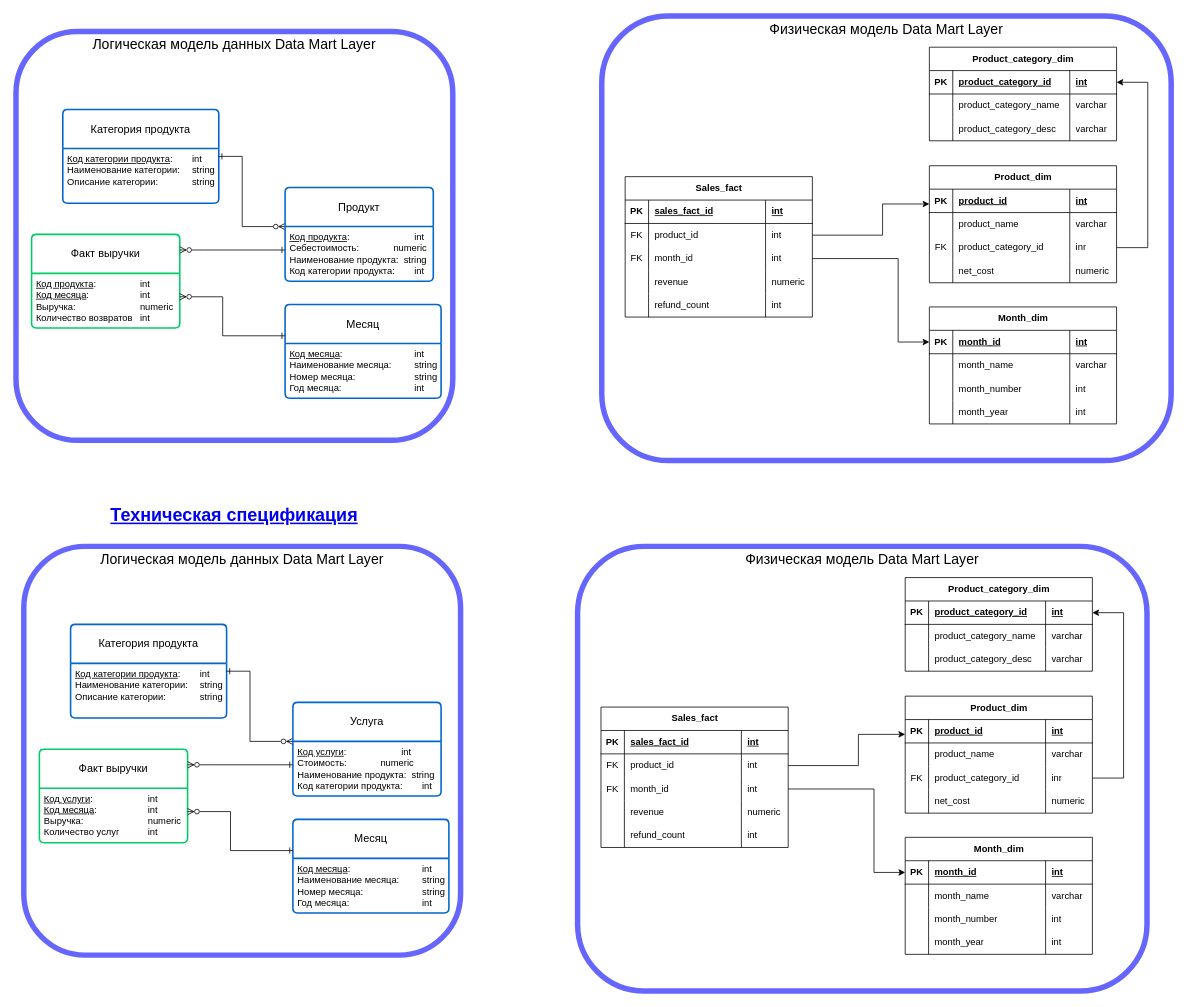
nik-gorby/PWH-18 keeps this draw.io diagram as page "DML" (2 of 3) of PWH-18_diplom.drawio. Above is the earlier version. Source tidied: cells renumbered, new cells numbered last; positions are measured from the earlier drawing's top-left corner, leaving out a move shared by most shapes. Both pictures are drawn from the tidied source at 78%, with x=0, y=0 at pixel (16, 16).
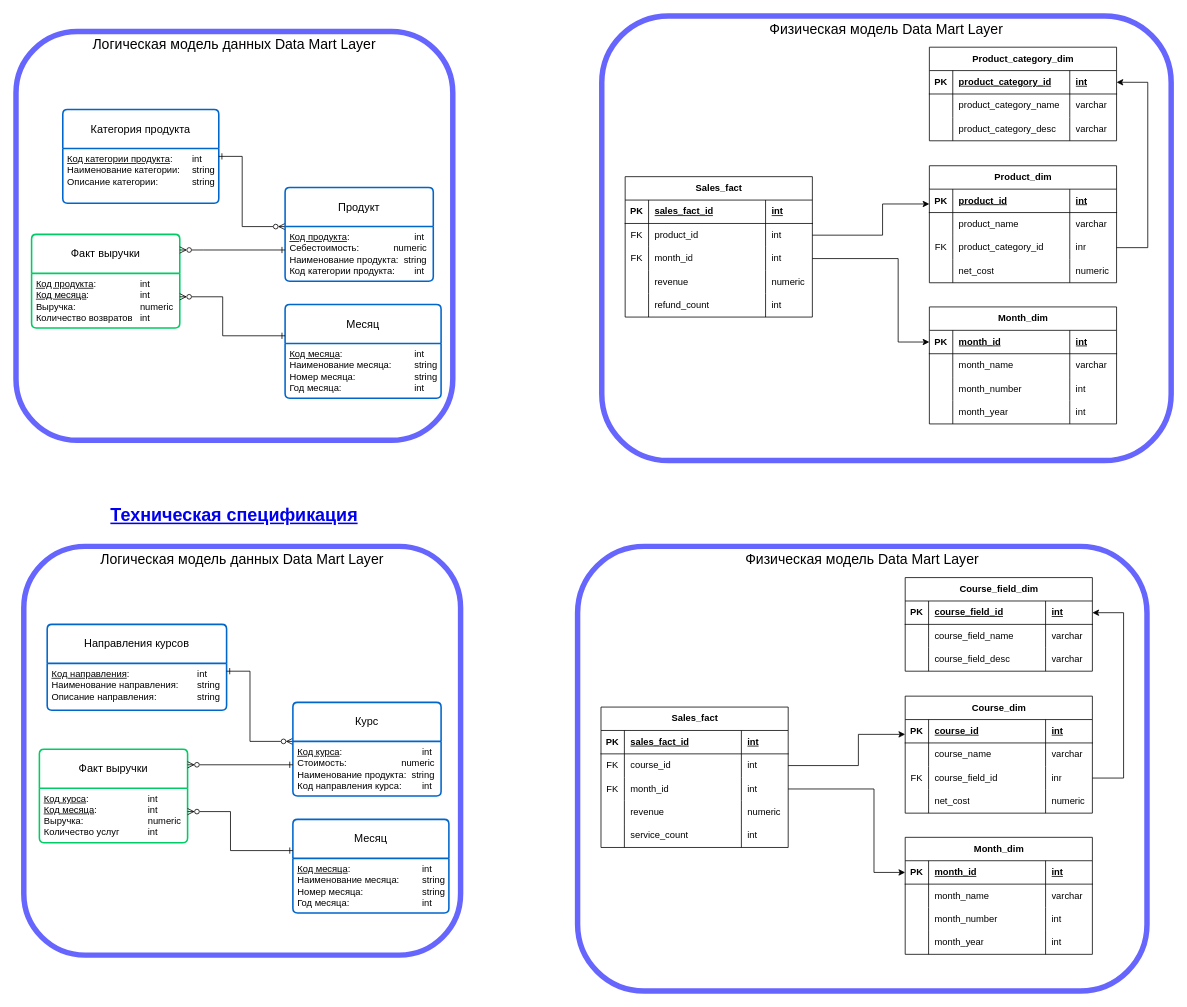
The same page after the edit.

Unchanged cells that the change refers to:
```xml
<mxCell id="90" value="Факт выручки" style="swimlane;horizontal=1;startSize=50;rounded=1;fontSize=14;fontStyle=0;strokeWidth=2;shadow=0;dashed=0;align=center;arcSize=4;whiteSpace=wrap;html=1;strokeColor=#00CC66;" parent="1" vertex="1">
  <mxGeometry x="30" y="940" width="190" height="120" as="geometry" />
</mxCell>
<mxCell id="103" style="shape=tableRow;horizontal=0;startSize=0;swimlaneHead=0;swimlaneBody=0;fillColor=none;points=[[0,0.5],[1,0.5]];portConstraint=eastwest;top=0;left=0;right=0;bottom=1;" parent="102" vertex="1">
  <mxGeometry y="30" width="240" height="30" as="geometry" />
</mxCell>
<mxCell id="107" style="shape=tableRow;horizontal=0;startSize=0;swimlaneHead=0;swimlaneBody=0;fillColor=none;top=0;left=0;right=0;bottom=0;" parent="102" vertex="1">
  <mxGeometry y="60" width="240" height="30" as="geometry" />
</mxCell>
<mxCell id="111" style="shape=tableRow;horizontal=0;startSize=0;swimlaneHead=0;swimlaneBody=0;fillColor=none;top=0;left=0;right=0;bottom=0;" parent="102" vertex="1">
  <mxGeometry y="90" width="240" height="30" as="geometry" />
</mxCell>
<mxCell id="116" style="shape=tableRow;horizontal=0;startSize=0;swimlaneHead=0;swimlaneBody=0;fillColor=none;points=[[0,0.5],[1,0.5]];portConstraint=eastwest;top=0;left=0;right=0;bottom=1;" parent="115" vertex="1">
  <mxGeometry y="30" width="240" height="30" as="geometry" />
</mxCell>
<mxCell id="120" style="shape=tableRow;horizontal=0;startSize=0;swimlaneHead=0;swimlaneBody=0;fillColor=none;top=0;left=0;right=0;bottom=0;" parent="115" vertex="1">
  <mxGeometry y="60" width="240" height="30" as="geometry" />
</mxCell>
<mxCell id="124" style="shape=tableRow;horizontal=0;startSize=0;swimlaneHead=0;swimlaneBody=0;fillColor=none;points=[[0,0.5],[1,0.5]];portConstraint=eastwest;top=0;left=0;right=0;bottom=0;" parent="115" vertex="1">
  <mxGeometry y="90" width="240" height="30" as="geometry" />
</mxCell>
<mxCell id="154" style="shape=tableRow;horizontal=0;startSize=0;swimlaneHead=0;swimlaneBody=0;fillColor=none;points=[[0,0.5],[1,0.5]];portConstraint=eastwest;top=0;left=0;right=0;bottom=0;" parent="149" vertex="1">
  <mxGeometry y="60" width="240" height="30" as="geometry" />
</mxCell>
<mxCell id="166" style="shape=tableRow;horizontal=0;startSize=0;swimlaneHead=0;swimlaneBody=0;fillColor=none;top=0;left=0;right=0;bottom=0;" parent="149" vertex="1">
  <mxGeometry y="150" width="240" height="30" as="geometry" />
</mxCell>
```

The edit, as a diff of the source:
```diff
@@
-    <mxCell id="91" value="&lt;u&gt;Код услуги&lt;/u&gt;:&lt;span style=&quot;white-space: pre;&quot;&gt;&#9;&lt;span style=&quot;white-space: pre;&quot;&gt;&#9;&lt;/span&gt;&lt;span style=&quot;white-space: pre;&quot;&gt;&#9;&lt;/span&gt;&lt;/span&gt;int&lt;div&gt;&lt;u&gt;Код месяца&lt;/u&gt;: &lt;span style=&quot;white-space: pre;&quot;&gt;&#9;&lt;/span&gt;&lt;span style=&quot;white-space: pre;&quot;&gt;&#9;&lt;/span&gt;&lt;span style=&quot;white-space: pre;&quot;&gt;&#9;&lt;/span&gt;int&lt;/div&gt;&lt;div&gt;Выручка: &lt;span style=&quot;white-space: pre;&quot;&gt;&#9;&lt;/span&gt;&lt;span style=&quot;white-space: pre;&quot;&gt;&#9;&lt;span style=&quot;white-space: pre;&quot;&gt;&#9;&lt;/span&gt;&lt;/span&gt;numeric&lt;/div&gt;&lt;div&gt;Количество&lt;span style=&quot;background-color: transparent; color: light-dark(rgb(0, 0, 0), rgb(255, 255, 255));&quot;&gt;&amp;nbsp;услуг&lt;span style=&quot;white-space: pre;&quot;&gt;&#9;&lt;/span&gt;&amp;nbsp;&lt;span style=&quot;white-space: pre;&quot;&gt;&#9;&lt;/span&gt;int&lt;/span&gt;&lt;/div&gt;" style="align=left;strokeColor=none;fillColor=none;spacingLeft=4;spacingRight=4;fontSize=12;verticalAlign=top;html=1;whiteSpace=wrap;" parent="90" vertex="1">
+    <mxCell id="91" value="&lt;u&gt;Код курса&lt;/u&gt;:&lt;span style=&quot;white-space: pre;&quot;&gt;&#9;&lt;span style=&quot;white-space: pre;&quot;&gt;&#9;&lt;/span&gt;&lt;span style=&quot;white-space: pre;&quot;&gt;&#9;&lt;/span&gt;&lt;/span&gt;int&lt;div&gt;&lt;u&gt;Код месяца&lt;/u&gt;: &lt;span style=&quot;white-space: pre;&quot;&gt;&#9;&lt;/span&gt;&lt;span style=&quot;white-space: pre;&quot;&gt;&#9;&lt;/span&gt;&lt;span style=&quot;white-space: pre;&quot;&gt;&#9;&lt;/span&gt;int&lt;/div&gt;&lt;div&gt;Выручка: &lt;span style=&quot;white-space: pre;&quot;&gt;&#9;&lt;/span&gt;&lt;span style=&quot;white-space: pre;&quot;&gt;&#9;&lt;span style=&quot;white-space: pre;&quot;&gt;&#9;&lt;/span&gt;&lt;/span&gt;numeric&lt;/div&gt;&lt;div&gt;Количество&lt;span style=&quot;background-color: transparent; color: light-dark(rgb(0, 0, 0), rgb(255, 255, 255));&quot;&gt;&amp;nbsp;услуг&lt;span style=&quot;white-space: pre;&quot;&gt;&#9;&lt;/span&gt;&amp;nbsp;&lt;span style=&quot;white-space: pre;&quot;&gt;&#9;&lt;/span&gt;int&lt;/span&gt;&lt;/div&gt;" style="align=left;strokeColor=none;fillColor=none;spacingLeft=4;spacingRight=4;fontSize=12;verticalAlign=top;html=1;whiteSpace=wrap;" parent="90" vertex="1">
       <mxGeometry y="50" width="190" height="70" as="geometry" />
     </mxCell>
-    <mxCell id="92" value="Категория продукта" style="swimlane;horizontal=1;startSize=50;rounded=1;fontSize=14;fontStyle=0;strokeWidth=2;shadow=0;dashed=0;align=center;arcSize=4;whiteSpace=wrap;html=1;strokeColor=#0066CC;" parent="1" vertex="1">
-      <mxGeometry x="70" y="780" width="200" height="120" as="geometry" />
+    <mxCell id="92" value="Направления курсов" style="swimlane;horizontal=1;startSize=50;rounded=1;fontSize=14;fontStyle=0;strokeWidth=2;shadow=0;dashed=0;align=center;arcSize=4;whiteSpace=wrap;html=1;strokeColor=#0066CC;" parent="1" vertex="1">
+      <mxGeometry x="40" y="780" width="230" height="110" as="geometry" />
     </mxCell>
-    <mxCell id="93" value="&lt;div style=&quot;text-align: justify;&quot;&gt;&lt;span style=&quot;background-color: transparent; color: light-dark(rgb(0, 0, 0), rgb(255, 255, 255));&quot;&gt;&lt;u&gt;Код категории продукта&lt;/u&gt;:&lt;span style=&quot;white-space: pre;&quot;&gt;&#9;&lt;/span&gt;&lt;/span&gt;&lt;span style=&quot;background-color: transparent; color: light-dark(rgb(0, 0, 0), rgb(255, 255, 255));&quot;&gt;int&lt;/span&gt;&lt;/div&gt;&lt;div style=&quot;text-align: justify;&quot;&gt;Наименование категории: &lt;span style=&quot;white-space: pre;&quot;&gt;&#9;&lt;/span&gt;string&lt;/div&gt;&lt;div style=&quot;text-align: justify;&quot;&gt;Описание категории: &lt;span style=&quot;white-space: pre;&quot;&gt;&#9;&lt;/span&gt;&lt;span style=&quot;white-space: pre;&quot;&gt;&#9;&lt;/span&gt;string&lt;/div&gt;" style="align=left;strokeColor=none;fillColor=none;spacingLeft=4;spacingRight=4;fontSize=12;verticalAlign=top;html=1;whiteSpace=wrap;" parent="92" vertex="1">
-      <mxGeometry y="50" width="200" height="70" as="geometry" />
+    <mxCell id="93" value="&lt;div style=&quot;text-align: justify;&quot;&gt;&lt;span style=&quot;background-color: transparent; color: light-dark(rgb(0, 0, 0), rgb(255, 255, 255));&quot;&gt;&lt;u&gt;Код направления&lt;/u&gt;:&lt;span style=&quot;white-space: pre;&quot;&gt;&#9;&lt;span style=&quot;white-space: pre;&quot;&gt;&#9;&lt;/span&gt;&lt;span style=&quot;white-space: pre;&quot;&gt;&#9;&lt;/span&gt;&lt;span style=&quot;white-space: pre;&quot;&gt;&#9;&lt;/span&gt;&lt;/span&gt;&lt;/span&gt;&lt;span style=&quot;background-color: transparent; color: light-dark(rgb(0, 0, 0), rgb(255, 255, 255));&quot;&gt;int&lt;/span&gt;&lt;/div&gt;&lt;div style=&quot;text-align: justify;&quot;&gt;Наименование направления: &lt;span style=&quot;white-space: pre;&quot;&gt;&#9;&lt;/span&gt;string&lt;/div&gt;&lt;div style=&quot;text-align: justify;&quot;&gt;Описание направления: &lt;span style=&quot;white-space: pre;&quot;&gt;&#9;&lt;/span&gt;&lt;span style=&quot;white-space: pre;&quot;&gt;&#9;&lt;/span&gt;string&lt;/div&gt;" style="align=left;strokeColor=none;fillColor=none;spacingLeft=4;spacingRight=4;fontSize=12;verticalAlign=top;html=1;whiteSpace=wrap;" parent="92" vertex="1">
+      <mxGeometry y="50" width="230" height="60" as="geometry" />
     </mxCell>
@@
-    <mxCell id="98" value="Услуга" style="swimlane;horizontal=1;startSize=50;rounded=1;fontSize=14;fontStyle=0;strokeWidth=2;shadow=0;dashed=0;align=center;arcSize=4;whiteSpace=wrap;html=1;strokeColor=#0066CC;" parent="1" vertex="1">
+    <mxCell id="98" value="Курс" style="swimlane;horizontal=1;startSize=50;rounded=1;fontSize=14;fontStyle=0;strokeWidth=2;shadow=0;dashed=0;align=center;arcSize=4;whiteSpace=wrap;html=1;strokeColor=#0066CC;" parent="1" vertex="1">
       <mxGeometry x="355" y="880" width="190" height="120" as="geometry" />
     </mxCell>
-    <mxCell id="99" value="&lt;div style=&quot;text-align: justify;&quot;&gt;&lt;u style=&quot;background-color: transparent; color: light-dark(rgb(0, 0, 0), rgb(255, 255, 255));&quot;&gt;Код услуги&lt;/u&gt;&lt;span style=&quot;background-color: transparent; color: light-dark(rgb(0, 0, 0), rgb(255, 255, 255));&quot;&gt;: &lt;span style=&quot;white-space: pre;&quot;&gt;&#9;&lt;/span&gt;&lt;span style=&quot;white-space: pre;&quot;&gt;&#9;&lt;span style=&quot;white-space: pre;&quot;&gt;&#9;&lt;/span&gt;&lt;/span&gt;int&lt;/span&gt;&lt;/div&gt;&lt;div style=&quot;text-align: justify;&quot;&gt;Стоимость:&amp;nbsp;&lt;span style=&quot;white-space: pre;&quot;&gt;&#9;&lt;span style=&quot;white-space: pre;&quot;&gt;&#9;&lt;/span&gt;&lt;/span&gt;numeric&lt;/div&gt;&lt;div style=&quot;text-align: justify;&quot;&gt;&lt;span style=&quot;background-color: transparent; color: light-dark(rgb(0, 0, 0), rgb(255, 255, 255));&quot;&gt;Наименование продукта:&amp;nbsp; string&lt;/span&gt;&lt;/div&gt;&lt;div style=&quot;text-align: justify;&quot;&gt;&lt;span style=&quot;background-color: transparent; color: light-dark(rgb(0, 0, 0), rgb(255, 255, 255));&quot;&gt;Код категории продукта: &lt;span style=&quot;white-space: pre;&quot;&gt;&#9;&lt;/span&gt;int&lt;/span&gt;&lt;/div&gt;" style="align=left;strokeColor=none;fillColor=none;spacingLeft=4;spacingRight=4;fontSize=12;verticalAlign=top;html=1;whiteSpace=wrap;" parent="98" vertex="1">
+    <mxCell id="99" value="&lt;div style=&quot;text-align: justify;&quot;&gt;&lt;u style=&quot;background-color: transparent; color: light-dark(rgb(0, 0, 0), rgb(255, 255, 255));&quot;&gt;Код курса&lt;/u&gt;&lt;span style=&quot;background-color: transparent; color: light-dark(rgb(0, 0, 0), rgb(255, 255, 255));&quot;&gt;: &lt;span style=&quot;white-space: pre;&quot;&gt;&#9;&lt;/span&gt;&lt;span style=&quot;white-space: pre;&quot;&gt;&#9;&lt;span style=&quot;white-space: pre;&quot;&gt;&#9;&lt;span style=&quot;white-space: pre;&quot;&gt;&#9;&lt;/span&gt;&lt;/span&gt;&lt;/span&gt;int&lt;/span&gt;&lt;/div&gt;&lt;div style=&quot;text-align: justify;&quot;&gt;Стоимость:&amp;nbsp;&lt;span style=&quot;white-space: pre;&quot;&gt;&#9;&lt;span style=&quot;white-space: pre;&quot;&gt;&#9;&lt;span style=&quot;white-space: pre;&quot;&gt;&#9;&lt;/span&gt;&lt;/span&gt;&lt;/span&gt;numeric&lt;/div&gt;&lt;div style=&quot;text-align: justify;&quot;&gt;&lt;span style=&quot;background-color: transparent; color: light-dark(rgb(0, 0, 0), rgb(255, 255, 255));&quot;&gt;Наименование продукта:&amp;nbsp; string&lt;/span&gt;&lt;/div&gt;&lt;div style=&quot;text-align: justify;&quot;&gt;&lt;span style=&quot;background-color: transparent; color: light-dark(rgb(0, 0, 0), rgb(255, 255, 255));&quot;&gt;Код направления курса: &lt;span style=&quot;white-space: pre;&quot;&gt;&#9;&lt;/span&gt;int&lt;/span&gt;&lt;/div&gt;" style="align=left;strokeColor=none;fillColor=none;spacingLeft=4;spacingRight=4;fontSize=12;verticalAlign=top;html=1;whiteSpace=wrap;" parent="98" vertex="1">
       <mxGeometry y="50" width="190" height="70" as="geometry" />
     </mxCell>
@@
-    <mxCell id="102" value="Product_category_dim" style="shape=table;startSize=30;childLayout=tableLayout;rowLines=0;fontStyle=1;align=center;html=1;" parent="1" vertex="1">
+    <mxCell id="102" value="Course_field_dim" style="shape=table;startSize=30;childLayout=tableLayout;rowLines=0;fontStyle=1;align=center;html=1;" parent="1" vertex="1">
       <mxGeometry x="1140" y="720" width="240" height="120" as="geometry" />
     </mxCell>
@@
-    <mxCell id="105" value="product_category_id" style="shape=partialRectangle;fillColor=none;top=0;left=0;bottom=0;right=0;align=left;spacingLeft=6;fontStyle=5;overflow=hidden;whiteSpace=wrap;html=1;" parent="103" vertex="1">
+    <mxCell id="105" value="course_field_id" style="shape=partialRectangle;fillColor=none;top=0;left=0;bottom=0;right=0;align=left;spacingLeft=6;fontStyle=5;overflow=hidden;whiteSpace=wrap;html=1;" parent="103" vertex="1">
       <mxGeometry x="30" width="150" height="30" as="geometry" />
     </mxCell>
@@
-    <mxCell id="109" value="product_category_name" style="shape=partialRectangle;fillColor=none;top=0;left=0;bottom=0;right=0;align=left;spacingLeft=6;overflow=hidden;whiteSpace=wrap;html=1;" parent="107" vertex="1">
+    <mxCell id="109" value="course_field_name" style="shape=partialRectangle;fillColor=none;top=0;left=0;bottom=0;right=0;align=left;spacingLeft=6;overflow=hidden;whiteSpace=wrap;html=1;" parent="107" vertex="1">
       <mxGeometry x="30" width="150" height="30" as="geometry" />
     </mxCell>
@@
-    <mxCell id="113" value="product_category_desc" style="shape=partialRectangle;fillColor=none;top=0;left=0;bottom=0;right=0;align=left;spacingLeft=6;overflow=hidden;whiteSpace=wrap;html=1;" parent="111" vertex="1">
+    <mxCell id="113" value="course_field_desc" style="shape=partialRectangle;fillColor=none;top=0;left=0;bottom=0;right=0;align=left;spacingLeft=6;overflow=hidden;whiteSpace=wrap;html=1;" parent="111" vertex="1">
       <mxGeometry x="30" width="150" height="30" as="geometry" />
     </mxCell>
@@
-    <mxCell id="115" value="Product_dim" style="shape=table;startSize=30;childLayout=tableLayout;rowLines=0;fontStyle=1;align=center;html=1;" parent="1" vertex="1">
+    <mxCell id="115" value="Course_dim" style="shape=table;startSize=30;childLayout=tableLayout;rowLines=0;fontStyle=1;align=center;html=1;" parent="1" vertex="1">
       <mxGeometry x="1140" y="872" width="240" height="150" as="geometry" />
     </mxCell>
@@
-    <mxCell id="118" value="product_id" style="shape=partialRectangle;fillColor=none;top=0;left=0;bottom=0;right=0;align=left;spacingLeft=6;fontStyle=5;overflow=hidden;whiteSpace=wrap;html=1;" parent="116" vertex="1">
+    <mxCell id="118" value="course_id" style="shape=partialRectangle;fillColor=none;top=0;left=0;bottom=0;right=0;align=left;spacingLeft=6;fontStyle=5;overflow=hidden;whiteSpace=wrap;html=1;" parent="116" vertex="1">
       <mxGeometry x="30" width="150" height="30" as="geometry" />
     </mxCell>
@@
-    <mxCell id="122" value="product_name" style="shape=partialRectangle;fillColor=none;top=0;left=0;bottom=0;right=0;align=left;spacingLeft=6;overflow=hidden;whiteSpace=wrap;html=1;" parent="120" vertex="1">
+    <mxCell id="122" value="course_name" style="shape=partialRectangle;fillColor=none;top=0;left=0;bottom=0;right=0;align=left;spacingLeft=6;overflow=hidden;whiteSpace=wrap;html=1;" parent="120" vertex="1">
       <mxGeometry x="30" width="150" height="30" as="geometry" />
     </mxCell>
@@
-    <mxCell id="126" value="product_category_id" style="shape=partialRectangle;fillColor=none;top=0;left=0;bottom=0;right=0;align=left;spacingLeft=6;overflow=hidden;whiteSpace=wrap;html=1;" parent="124" vertex="1">
+    <mxCell id="126" value="course_field_id" style="shape=partialRectangle;fillColor=none;top=0;left=0;bottom=0;right=0;align=left;spacingLeft=6;overflow=hidden;whiteSpace=wrap;html=1;" parent="124" vertex="1">
       <mxGeometry x="30" width="150" height="30" as="geometry" />
     </mxCell>
@@
-    <mxCell id="156" value="product_id" style="shape=partialRectangle;fillColor=none;top=0;left=0;bottom=0;right=0;align=left;spacingLeft=6;overflow=hidden;whiteSpace=wrap;html=1;" parent="154" vertex="1">
+    <mxCell id="156" value="course_id" style="shape=partialRectangle;fillColor=none;top=0;left=0;bottom=0;right=0;align=left;spacingLeft=6;overflow=hidden;whiteSpace=wrap;html=1;" parent="154" vertex="1">
       <mxGeometry x="30" width="150" height="30" as="geometry" />
     </mxCell>
@@
-    <mxCell id="168" value="refund_count" style="shape=partialRectangle;fillColor=none;top=0;left=0;bottom=0;right=0;align=left;spacingLeft=6;overflow=hidden;whiteSpace=wrap;html=1;" parent="166" vertex="1">
+    <mxCell id="168" value="service_count" style="shape=partialRectangle;fillColor=none;top=0;left=0;bottom=0;right=0;align=left;spacingLeft=6;overflow=hidden;whiteSpace=wrap;html=1;" parent="166" vertex="1">
       <mxGeometry x="30" width="150" height="30" as="geometry" />
     </mxCell>
```
